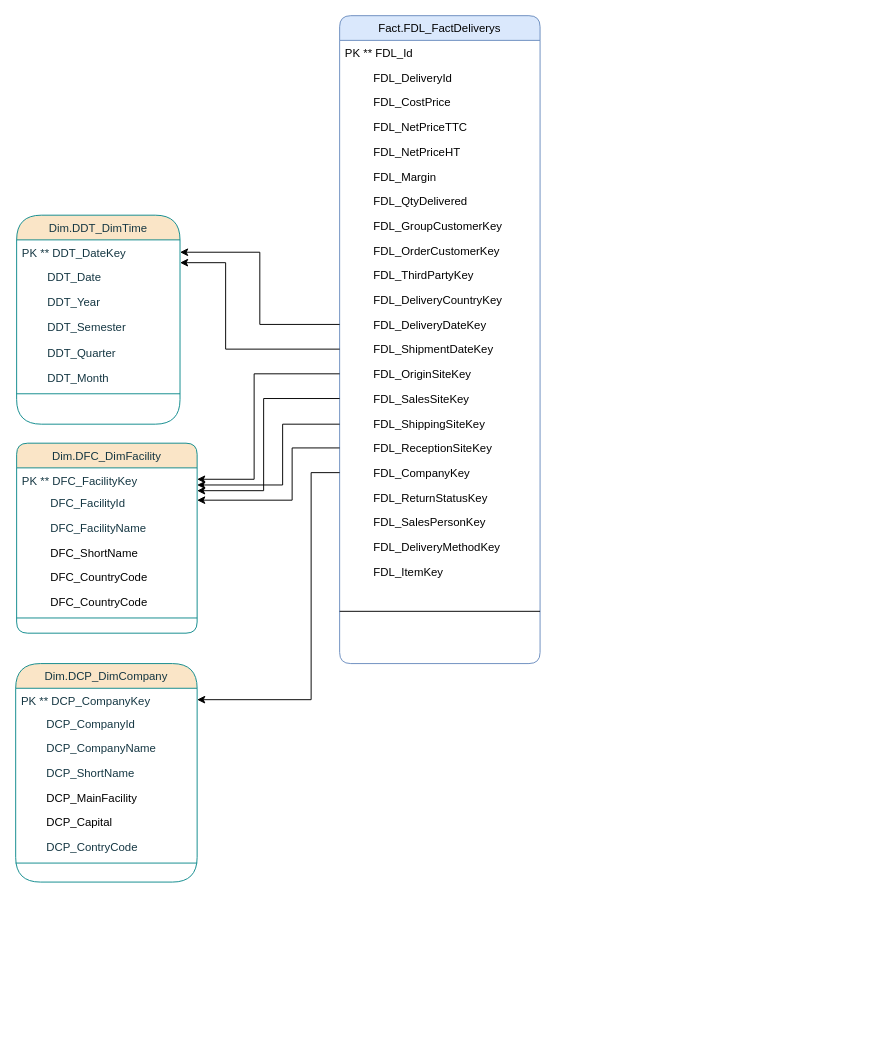
BorchaniMohamed/BI_PROJECT_PFE keeps this draw.io diagram as DataMart Delivery.drawio. Above is the earlier version. Source tidied: cells renumbered, new cells numbered last; positions are measured from the earlier drawing's top-left corner, leaving out a move shared by most shapes. Both pictures are drawn from the tidied source at 95%, with x=0, y=0 at pixel (15, 15).
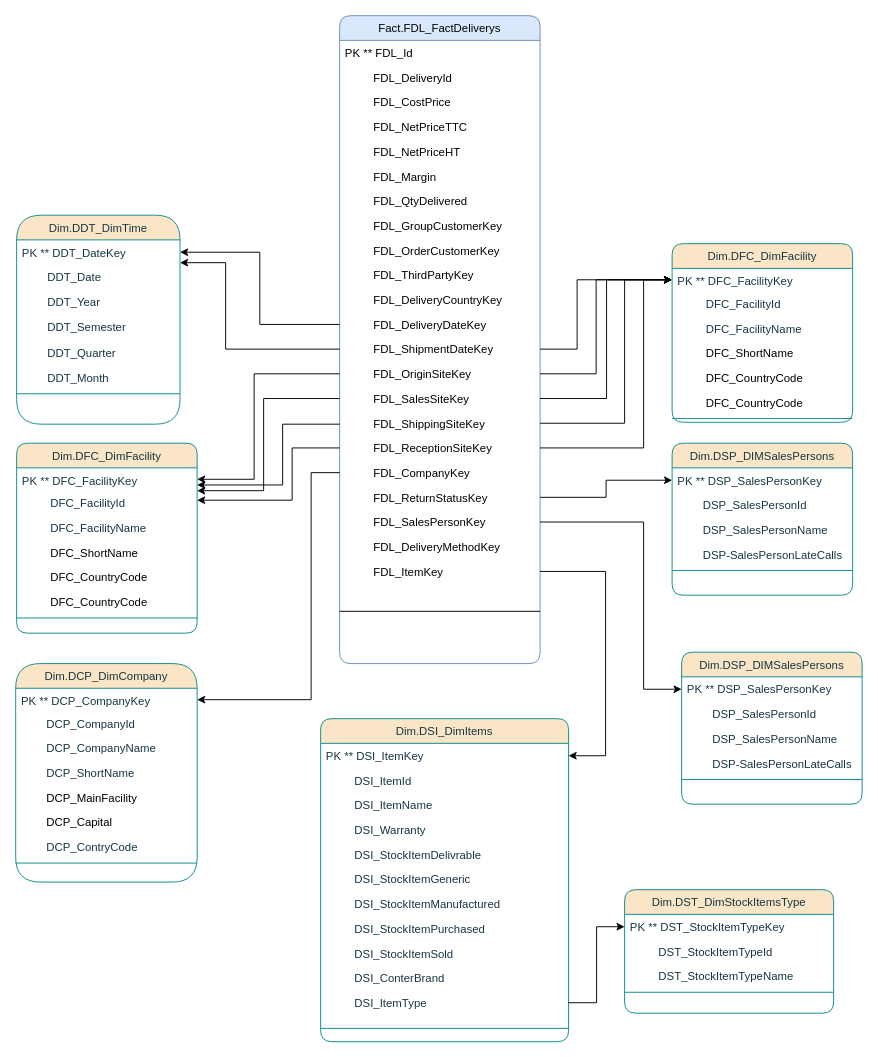
The same page after the edit.

Commit message (it also covers changes not shown here):
Mettre à jour DataMart Delivery.drawio

The change refers to these unchanged cells:
```xml
<mxCell id="15" value="         FDL_ShipmentDateKey  " style="text;align=left;verticalAlign=top;spacingLeft=4;spacingRight=4;overflow=hidden;points=[[0,0.5],[1,0.5]];portConstraint=eastwest;rounded=1;shadow=0;html=0;" parent="2" vertex="1">
  <mxGeometry y="338" width="211" height="26" as="geometry" />
</mxCell>
<mxCell id="16" value="         FDL_OriginSiteKey&#10;  " style="text;align=left;verticalAlign=top;spacingLeft=4;spacingRight=4;overflow=hidden;points=[[0,0.5],[1,0.5]];portConstraint=eastwest;rounded=1;shadow=0;html=0;" parent="2" vertex="1">
  <mxGeometry y="364" width="211" height="26" as="geometry" />
</mxCell>
<mxCell id="17" value="         FDL_SalesSiteKey&#10;  " style="text;align=left;verticalAlign=top;spacingLeft=4;spacingRight=4;overflow=hidden;points=[[0,0.5],[1,0.5]];portConstraint=eastwest;rounded=1;shadow=0;html=0;" parent="2" vertex="1">
  <mxGeometry y="390" width="211" height="26" as="geometry" />
</mxCell>
<mxCell id="18" value="         FDL_ShippingSiteKey&#10;  " style="text;align=left;verticalAlign=top;spacingLeft=4;spacingRight=4;overflow=hidden;points=[[0,0.5],[1,0.5]];portConstraint=eastwest;rounded=1;shadow=0;html=0;" parent="2" vertex="1">
  <mxGeometry y="416" width="211" height="26" as="geometry" />
</mxCell>
<mxCell id="19" value="         FDL_ReceptionSiteKey&#10;  " style="text;align=left;verticalAlign=top;spacingLeft=4;spacingRight=4;overflow=hidden;points=[[0,0.5],[1,0.5]];portConstraint=eastwest;rounded=1;shadow=0;html=0;" parent="2" vertex="1">
  <mxGeometry y="442" width="211" height="26" as="geometry" />
</mxCell>
<mxCell id="21" value="         FDL_ReturnStatusKey&#10;  " style="text;align=left;verticalAlign=top;spacingLeft=4;spacingRight=4;overflow=hidden;points=[[0,0.5],[1,0.5]];portConstraint=eastwest;rounded=1;shadow=0;html=0;" parent="2" vertex="1">
  <mxGeometry y="494" width="211" height="26" as="geometry" />
</mxCell>
<mxCell id="22" value="         FDL_SalesPersonKey&#10;  " style="text;align=left;verticalAlign=top;spacingLeft=4;spacingRight=4;overflow=hidden;points=[[0,0.5],[1,0.5]];portConstraint=eastwest;rounded=1;shadow=0;html=0;" parent="2" vertex="1">
  <mxGeometry y="520" width="211" height="26" as="geometry" />
</mxCell>
<mxCell id="24" value="         FDL_ItemKey " style="text;align=left;verticalAlign=top;spacingLeft=4;spacingRight=4;overflow=hidden;points=[[0,0.5],[1,0.5]];portConstraint=eastwest;rounded=0;shadow=0;html=0;" parent="2" vertex="1">
  <mxGeometry y="572" width="211" height="26" as="geometry" />
</mxCell>
```

The edit, as a diff of the source:
```diff
@@
+    <mxCell id="58" value="Dim.DSI_DimItems" style="swimlane;fontStyle=0;align=center;verticalAlign=top;horizontal=1;startSize=26;rounded=1;shadow=0;strokeWidth=1;fillColor=#FAE5C7;strokeColor=#0F8B8D;labelBackgroundColor=none;fontColor=#143642;" parent="1" vertex="1">
+      <mxGeometry x="321" y="740" width="261" height="340" as="geometry" />
+    </mxCell>
+    <mxCell id="59" value="PK ** DSI_ItemKey" style="text;align=left;verticalAlign=top;spacingLeft=4;spacingRight=4;overflow=hidden;points=[[0,0.5],[1,0.5]];portConstraint=eastwest;labelBackgroundColor=none;fontColor=#143642;rounded=1;" parent="58" vertex="1">
+      <mxGeometry y="26" width="261" height="26" as="geometry" />
+    </mxCell>
+    <mxCell id="60" value="         DSI_ItemId&#10;" style="text;align=left;verticalAlign=top;spacingLeft=4;spacingRight=4;overflow=hidden;labelBackgroundColor=none;fontColor=#143642;rounded=1;" parent="58" vertex="1">
+      <mxGeometry y="52" width="261" height="26" as="geometry" />
+    </mxCell>
+    <mxCell id="61" value="         DSI_ItemName&#10;" style="text;align=left;verticalAlign=top;spacingLeft=4;spacingRight=4;overflow=hidden;labelBackgroundColor=none;fontColor=#143642;rounded=1;" parent="58" vertex="1">
+      <mxGeometry y="78" width="261" height="26" as="geometry" />
+    </mxCell>
+    <mxCell id="62" value="         DSI_Warranty&#10;" style="text;align=left;verticalAlign=top;spacingLeft=4;spacingRight=4;overflow=hidden;labelBackgroundColor=none;fontColor=#143642;rounded=1;" parent="58" vertex="1">
+      <mxGeometry y="104" width="261" height="26" as="geometry" />
+    </mxCell>
+    <mxCell id="63" value="         DSI_StockItemDelivrable" style="text;align=left;verticalAlign=top;spacingLeft=4;spacingRight=4;overflow=hidden;labelBackgroundColor=none;fontColor=#143642;rounded=1;" parent="58" vertex="1">
+      <mxGeometry y="130" width="261" height="26" as="geometry" />
+    </mxCell>
+    <mxCell id="64" value="         DSI_StockItemGeneric &#10;" style="text;align=left;verticalAlign=top;spacingLeft=4;spacingRight=4;overflow=hidden;labelBackgroundColor=none;fontColor=#143642;rounded=1;" parent="58" vertex="1">
+      <mxGeometry y="156" width="261" height="26" as="geometry" />
+    </mxCell>
+    <mxCell id="65" value="         DSI_StockItemManufactured" style="text;align=left;verticalAlign=top;spacingLeft=4;spacingRight=4;overflow=hidden;labelBackgroundColor=none;fontColor=#143642;rounded=1;" parent="58" vertex="1">
+      <mxGeometry y="182" width="261" height="26" as="geometry" />
+    </mxCell>
+    <mxCell id="66" value="         DSI_StockItemPurchased" style="text;align=left;verticalAlign=top;spacingLeft=4;spacingRight=4;overflow=hidden;labelBackgroundColor=none;fontColor=#143642;rounded=1;" parent="58" vertex="1">
+      <mxGeometry y="208" width="261" height="26" as="geometry" />
+    </mxCell>
+    <mxCell id="67" value="         DSI_StockItemSold&#10;" style="text;align=left;verticalAlign=top;spacingLeft=4;spacingRight=4;overflow=hidden;labelBackgroundColor=none;fontColor=#143642;rounded=1;" parent="58" vertex="1">
+      <mxGeometry y="234" width="261" height="26" as="geometry" />
+    </mxCell>
+    <mxCell id="68" value="         DSI_ConterBrand&#10;" style="text;align=left;verticalAlign=top;spacingLeft=4;spacingRight=4;overflow=hidden;labelBackgroundColor=none;fontColor=#143642;rounded=1;" parent="58" vertex="1">
+      <mxGeometry y="260" width="261" height="26" as="geometry" />
+    </mxCell>
+    <mxCell id="69" value="         DSI_ItemType&#10;" style="text;align=left;verticalAlign=top;spacingLeft=4;spacingRight=4;overflow=hidden;points=[[0,0.5],[1,0.5]];portConstraint=eastwest;labelBackgroundColor=none;fontColor=#143642;rounded=1;" parent="58" vertex="1">
+      <mxGeometry y="286" width="261" height="26" as="geometry" />
+    </mxCell>
+    <mxCell id="70" style="line;html=1;strokeWidth=1;align=left;verticalAlign=middle;spacingTop=-1;spacingLeft=3;spacingRight=3;labelPosition=right;labelBackgroundColor=none;fillColor=#FAE5C7;strokeColor=#0F8B8D;fontColor=#143642;rounded=1;" parent="58" vertex="1">
+      <mxGeometry y="312" width="261" height="28" as="geometry" />
+    </mxCell>
+    <mxCell id="71" style="edgeStyle=orthogonalEdgeStyle;rounded=0;jettySize=auto;html=1;" parent="1" edge="1" source="24" target="59">
+      <mxGeometry relative="1" as="geometry">
+        <Array as="points">
+          <mxPoint x="621" y="585" />
+          <mxPoint x="621" y="779" />
+        </Array>
+      </mxGeometry>
+    </mxCell>
+    <mxCell id="72" value="Dim.DST_DimStockItemsType" style="swimlane;fontStyle=0;align=center;verticalAlign=top;horizontal=1;startSize=26;rounded=1;shadow=0;strokeWidth=1;fillColor=#FAE5C7;strokeColor=#0F8B8D;labelBackgroundColor=none;fontColor=#143642;" parent="1" vertex="1">
+      <mxGeometry x="641" y="920" width="220" height="130" as="geometry" />
+    </mxCell>
+    <mxCell id="73" value="PK ** DST_StockItemTypeKey" style="text;align=left;verticalAlign=top;spacingLeft=4;spacingRight=4;overflow=hidden;points=[[0,0.5],[1,0.5]];portConstraint=eastwest;labelBackgroundColor=none;fontColor=#143642;rounded=1;" parent="72" vertex="1">
+      <mxGeometry y="26" width="220" height="26" as="geometry" />
+    </mxCell>
+    <mxCell id="74" value="         DST_StockItemTypeId&#10;" style="text;align=left;verticalAlign=top;spacingLeft=4;spacingRight=4;overflow=hidden;labelBackgroundColor=none;fontColor=#143642;rounded=1;" parent="72" vertex="1">
+      <mxGeometry y="52" width="220" height="26" as="geometry" />
+    </mxCell>
+    <mxCell id="75" value="         DST_StockItemTypeName" style="text;align=left;verticalAlign=top;spacingLeft=4;spacingRight=4;overflow=hidden;labelBackgroundColor=none;fontColor=#143642;rounded=1;" parent="72" vertex="1">
+      <mxGeometry y="78" width="220" height="26" as="geometry" />
+    </mxCell>
+    <mxCell id="76" style="line;html=1;strokeWidth=1;align=left;verticalAlign=middle;spacingTop=-1;spacingLeft=3;spacingRight=3;labelPosition=right;labelBackgroundColor=none;fillColor=#FAE5C7;strokeColor=#0F8B8D;fontColor=#143642;rounded=1;" parent="72" vertex="1">
+      <mxGeometry y="104" width="220" height="8" as="geometry" />
+    </mxCell>
+    <mxCell id="77" style="edgeStyle=orthogonalEdgeStyle;rounded=0;jettySize=auto;html=1;" parent="1" edge="1" source="69" target="73">
+      <mxGeometry relative="1" as="geometry" />
+    </mxCell>
+    <mxCell id="78" value="Dim.DSP_DIMSalesPersons" style="swimlane;fontStyle=0;align=center;verticalAlign=top;horizontal=1;startSize=26;rounded=1;shadow=0;strokeWidth=1;fillColor=#FAE5C7;strokeColor=#0F8B8D;labelBackgroundColor=none;fontColor=#143642;" parent="1" vertex="1">
+      <mxGeometry x="701" y="670" width="190" height="160" as="geometry" />
+    </mxCell>
+    <mxCell id="79" value="PK ** DSP_SalesPersonKey" style="text;align=left;verticalAlign=top;spacingLeft=4;spacingRight=4;overflow=hidden;points=[[0,0.5],[1,0.5]];portConstraint=eastwest;labelBackgroundColor=none;fontColor=#143642;rounded=1;" parent="78" vertex="1">
+      <mxGeometry y="26" width="190" height="26" as="geometry" />
+    </mxCell>
+    <mxCell id="80" value="        DSP_SalesPersonId" style="text;align=left;verticalAlign=top;spacingLeft=4;spacingRight=4;overflow=hidden;labelBackgroundColor=none;fontColor=#143642;rounded=1;" parent="78" vertex="1">
+      <mxGeometry y="52" width="190" height="26" as="geometry" />
+    </mxCell>
+    <mxCell id="81" value="        DSP_SalesPersonName" style="text;align=left;verticalAlign=top;spacingLeft=4;spacingRight=4;overflow=hidden;labelBackgroundColor=none;fontColor=#143642;rounded=1;" parent="78" vertex="1">
+      <mxGeometry y="78" width="190" height="26" as="geometry" />
+    </mxCell>
+    <mxCell id="82" value="        DSP-SalesPersonLateCalls" style="text;align=left;verticalAlign=top;spacingLeft=4;spacingRight=4;overflow=hidden;rounded=1;shadow=0;html=0;labelBackgroundColor=none;fontColor=#143642;" parent="78" vertex="1">
+      <mxGeometry y="104" width="190" height="26" as="geometry" />
+    </mxCell>
+    <mxCell id="83" style="line;html=1;strokeWidth=1;align=left;verticalAlign=middle;spacingTop=-1;spacingLeft=3;spacingRight=3;labelPosition=right;labelBackgroundColor=none;fillColor=#FAE5C7;strokeColor=#0F8B8D;fontColor=#143642;rounded=1;" parent="78" vertex="1">
+      <mxGeometry y="130" width="190" height="8" as="geometry" />
+    </mxCell>
+    <mxCell id="84" style="edgeStyle=orthogonalEdgeStyle;rounded=0;jettySize=auto;html=1;" parent="1" edge="1" source="22" target="79">
+      <mxGeometry relative="1" as="geometry">
+        <Array as="points">
+          <mxPoint x="661" y="533" />
+          <mxPoint x="661" y="709" />
+        </Array>
+      </mxGeometry>
+    </mxCell>
+    <mxCell id="85" value="Dim.DSP_DIMSalesPersons" style="swimlane;fontStyle=0;align=center;verticalAlign=top;horizontal=1;startSize=26;rounded=1;shadow=0;strokeWidth=1;fillColor=#FAE5C7;strokeColor=#0F8B8D;labelBackgroundColor=none;fontColor=#143642;" parent="1" vertex="1">
+      <mxGeometry x="691" y="450" width="190" height="160" as="geometry" />
+    </mxCell>
+    <mxCell id="86" value="PK ** DSP_SalesPersonKey" style="text;align=left;verticalAlign=top;spacingLeft=4;spacingRight=4;overflow=hidden;points=[[0,0.5],[1,0.5]];portConstraint=eastwest;labelBackgroundColor=none;fontColor=#143642;rounded=1;" parent="85" vertex="1">
+      <mxGeometry y="26" width="190" height="26" as="geometry" />
+    </mxCell>
+    <mxCell id="87" value="        DSP_SalesPersonId" style="text;align=left;verticalAlign=top;spacingLeft=4;spacingRight=4;overflow=hidden;labelBackgroundColor=none;fontColor=#143642;rounded=1;" parent="85" vertex="1">
+      <mxGeometry y="52" width="190" height="26" as="geometry" />
+    </mxCell>
+    <mxCell id="88" value="        DSP_SalesPersonName" style="text;align=left;verticalAlign=top;spacingLeft=4;spacingRight=4;overflow=hidden;labelBackgroundColor=none;fontColor=#143642;rounded=1;" parent="85" vertex="1">
+      <mxGeometry y="78" width="190" height="26" as="geometry" />
+    </mxCell>
+    <mxCell id="89" value="        DSP-SalesPersonLateCalls" style="text;align=left;verticalAlign=top;spacingLeft=4;spacingRight=4;overflow=hidden;rounded=1;shadow=0;html=0;labelBackgroundColor=none;fontColor=#143642;" parent="85" vertex="1">
+      <mxGeometry y="104" width="190" height="26" as="geometry" />
+    </mxCell>
+    <mxCell id="90" style="line;html=1;strokeWidth=1;align=left;verticalAlign=middle;spacingTop=-1;spacingLeft=3;spacingRight=3;labelPosition=right;labelBackgroundColor=none;fillColor=#FAE5C7;strokeColor=#0F8B8D;fontColor=#143642;rounded=1;" parent="85" vertex="1">
+      <mxGeometry y="130" width="190" height="8" as="geometry" />
+    </mxCell>
+    <mxCell id="91" style="edgeStyle=orthogonalEdgeStyle;rounded=0;jettySize=auto;html=1;" parent="1" edge="1" source="21" target="86">
+      <mxGeometry relative="1" as="geometry" />
+    </mxCell>
+    <mxCell id="92" value="Dim.DFC_DimFacility" style="swimlane;fontStyle=0;align=center;verticalAlign=top;horizontal=1;startSize=26;rounded=1;shadow=0;strokeWidth=1;fillColor=#FAE5C7;strokeColor=#0F8B8D;labelBackgroundColor=none;fontColor=#143642;" parent="1" vertex="1">
+      <mxGeometry x="691" y="240" width="190" height="188" as="geometry" />
+    </mxCell>
+    <mxCell id="93" value="PK ** DFC_FacilityKey" style="text;align=left;verticalAlign=top;spacingLeft=4;spacingRight=4;overflow=hidden;points=[[0,0.5],[1,0.5]];portConstraint=eastwest;labelBackgroundColor=none;fontColor=#143642;rounded=1;" parent="92" vertex="1">
+      <mxGeometry y="26" width="190" height="24" as="geometry" />
+    </mxCell>
+    <mxCell id="94" value="         DFC_FacilityId" style="text;align=left;verticalAlign=top;spacingLeft=4;spacingRight=4;overflow=hidden;labelBackgroundColor=none;fontColor=#143642;rounded=1;" parent="92" vertex="1">
+      <mxGeometry y="50" width="190" height="26" as="geometry" />
+    </mxCell>
+    <mxCell id="95" value="         DFC_FacilityName" style="text;align=left;verticalAlign=top;spacingLeft=4;spacingRight=4;overflow=hidden;labelBackgroundColor=none;fontColor=#143642;rounded=1;" parent="92" vertex="1">
+      <mxGeometry y="76" width="190" height="26" as="geometry" />
+    </mxCell>
+    <mxCell id="96" value="         DFC_ShortName" style="text;align=left;verticalAlign=top;spacingLeft=4;spacingRight=4;overflow=hidden;labelBackgroundColor=none;rounded=1;" parent="92" vertex="1">
+      <mxGeometry y="102" width="190" height="26" as="geometry" />
+    </mxCell>
+    <mxCell id="97" value="         DFC_CountryCode" style="text;align=left;verticalAlign=top;spacingLeft=4;spacingRight=4;overflow=hidden;labelBackgroundColor=none;rounded=1;" parent="92" vertex="1">
+      <mxGeometry y="128" width="190" height="26" as="geometry" />
+    </mxCell>
+    <mxCell id="98" value="         DFC_CountryCode" style="text;align=left;verticalAlign=top;spacingLeft=4;spacingRight=4;overflow=hidden;labelBackgroundColor=none;rounded=1;" parent="92" vertex="1">
+      <mxGeometry y="154" width="190" height="26" as="geometry" />
+    </mxCell>
+    <mxCell id="99" style="line;html=1;strokeWidth=1;align=left;verticalAlign=middle;spacingTop=-1;spacingLeft=3;spacingRight=3;labelPosition=right;labelBackgroundColor=none;fillColor=#FAE5C7;strokeColor=#0F8B8D;fontColor=#143642;rounded=1;" parent="92" vertex="1">
+      <mxGeometry y="180" width="190" height="8" as="geometry" />
+    </mxCell>
+    <mxCell id="100" style="edgeStyle=orthogonalEdgeStyle;rounded=0;jettySize=auto;html=1;entryX=0;entryY=0.5;entryDx=0;entryDy=0;" parent="1" edge="1" source="19" target="93">
+      <mxGeometry relative="1" as="geometry">
+        <Array as="points">
+          <mxPoint x="661" y="455" />
+          <mxPoint x="661" y="278" />
+        </Array>
+      </mxGeometry>
+    </mxCell>
+    <mxCell id="101" style="edgeStyle=orthogonalEdgeStyle;rounded=0;jettySize=auto;html=1;" parent="1" edge="1" source="18" target="93">
+      <mxGeometry relative="1" as="geometry">
+        <Array as="points">
+          <mxPoint x="641" y="429" />
+          <mxPoint x="641" y="278" />
+        </Array>
+      </mxGeometry>
+    </mxCell>
+    <mxCell id="102" style="edgeStyle=orthogonalEdgeStyle;rounded=0;jettySize=auto;html=1;" parent="1" edge="1" source="17" target="93">
+      <mxGeometry relative="1" as="geometry">
+        <Array as="points">
+          <mxPoint x="622" y="403" />
+          <mxPoint x="622" y="278" />
+        </Array>
+      </mxGeometry>
+    </mxCell>
+    <mxCell id="103" style="edgeStyle=orthogonalEdgeStyle;rounded=0;jettySize=auto;html=1;" parent="1" edge="1" source="16" target="93">
+      <mxGeometry relative="1" as="geometry">
+        <Array as="points">
+          <mxPoint x="611" y="377" />
+          <mxPoint x="611" y="278" />
+        </Array>
+      </mxGeometry>
+    </mxCell>
+    <mxCell id="104" style="edgeStyle=orthogonalEdgeStyle;rounded=0;jettySize=auto;html=1;" parent="1" edge="1" source="15" target="93">
+      <mxGeometry relative="1" as="geometry">
+        <Array as="points">
+          <mxPoint x="591" y="351" />
+          <mxPoint x="591" y="278" />
+        </Array>
+      </mxGeometry>
+    </mxCell>
```
